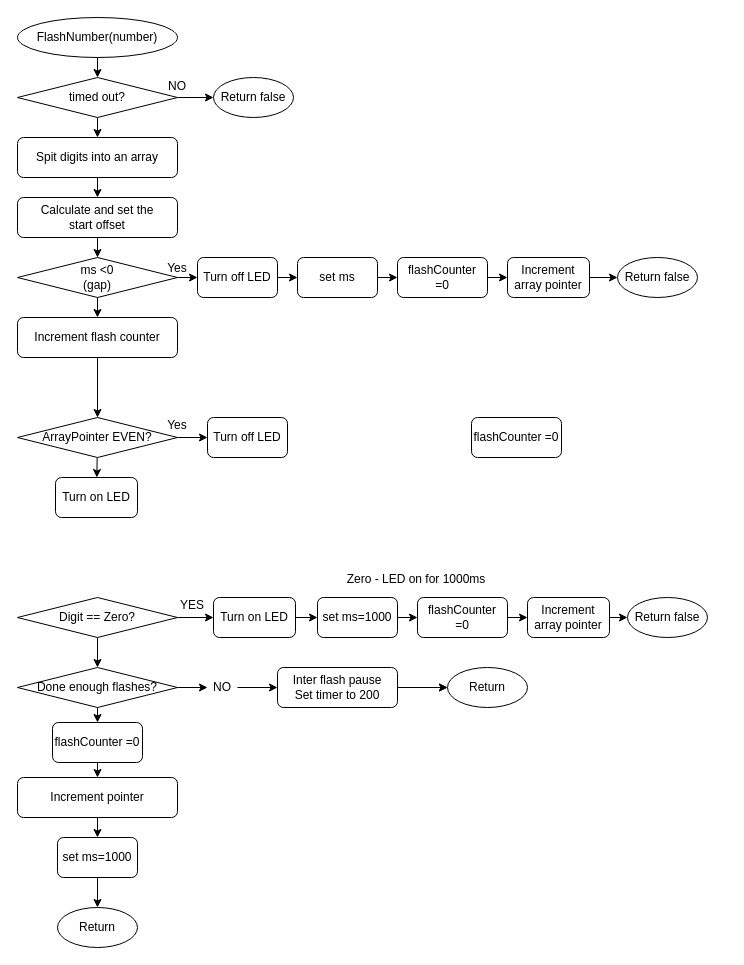
This is include/FlashNumber.drawio from RichardLangner/SimpleTimer, a draw.io file, before an edit. Source tidied: cells renumbered, new cells numbered last; positions are measured from the earlier drawing's top-left corner, leaving out a move shared by most shapes. Both pictures are drawn from the tidied source at 100%, with x=0, y=0 at pixel (17, 17).
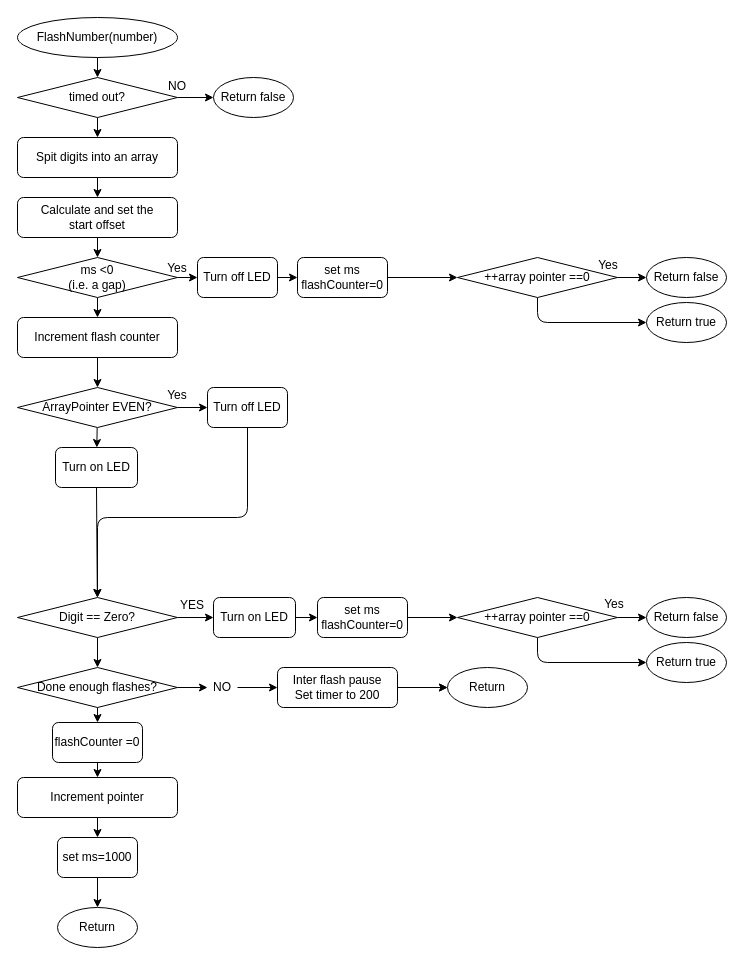
Above is the later version.

Commit message:
Flowchart partly updated

The change refers to these unchanged cells:
```xml
<mxCell id="21" value="Digit == Zero?" style="rhombus;whiteSpace=wrap;html=1;" parent="1" vertex="1">
  <mxGeometry y="580" width="160" height="40" as="geometry" />
</mxCell>
```

The edit, as a diff of the source:
```diff
@@
-    <mxCell id="19" value="Return false" style="ellipse;whiteSpace=wrap;html=1;" parent="1" vertex="1">
-      <mxGeometry x="610" y="580" width="80" height="40" as="geometry" />
-    </mxCell>
@@
     <mxCell id="28" value="ArrayPointer EVEN?" style="rhombus;whiteSpace=wrap;html=1;" parent="1" vertex="1">
-      <mxGeometry y="400" width="160" height="40" as="geometry" />
+      <mxGeometry y="370" width="160" height="40" as="geometry" />
     </mxCell>
+    <mxCell id="67" style="edgeStyle=none;html=1;exitX=0.5;exitY=1;exitDx=0;exitDy=0;" parent="1" edge="1" source="29">
+      <mxGeometry relative="1" as="geometry">
+        <mxPoint x="80" y="580" as="targetPoint" />
+        <Array as="points">
+          <mxPoint x="230" y="500" />
+          <mxPoint x="80" y="500" />
+        </Array>
+      </mxGeometry>
+    </mxCell>
     <mxCell id="29" value="Turn off LED" style="rounded=1;whiteSpace=wrap;html=1;" parent="1" vertex="1">
-      <mxGeometry x="190" y="400" width="80" height="40" as="geometry" />
+      <mxGeometry x="190" y="370" width="80" height="40" as="geometry" />
     </mxCell>
     <mxCell id="30" value="Return false" style="ellipse;whiteSpace=wrap;html=1;" parent="1" vertex="1">
-      <mxGeometry x="600" y="240" width="80" height="40" as="geometry" />
+      <mxGeometry x="629" y="240" width="80" height="40" as="geometry" />
     </mxCell>
     <mxCell id="31" value="Yes" style="text;strokeColor=none;align=center;fillColor=none;html=1;verticalAlign=middle;whiteSpace=wrap;rounded=0;" parent="1" vertex="1">
-      <mxGeometry x="145" y="403" width="30" height="10" as="geometry" />
+      <mxGeometry x="145" y="373" width="30" height="10" as="geometry" />
     </mxCell>
-    <mxCell id="32" style="edgeStyle=none;html=1;" parent="1" edge="1" source="33" target="30">
+    <mxCell id="32" style="edgeStyle=none;html=1;exitX=1;exitY=0.5;exitDx=0;exitDy=0;" parent="1" edge="1" source="71" target="30">
       <mxGeometry relative="1" as="geometry" />
     </mxCell>
-    <mxCell id="33" value="Increment array pointer" style="rounded=1;whiteSpace=wrap;html=1;" parent="1" vertex="1">
-      <mxGeometry x="490" y="240" width="82" height="40" as="geometry" />
-    </mxCell>
-    <mxCell id="34" style="edgeStyle=none;html=1;exitX=1;exitY=0.5;exitDx=0;exitDy=0;entryX=0;entryY=0.5;entryDx=0;entryDy=0;" parent="1" edge="1" source="35" target="64">
+    <mxCell id="34" style="edgeStyle=none;html=1;exitX=1;exitY=0.5;exitDx=0;exitDy=0;entryX=0;entryY=0.5;entryDx=0;entryDy=0;" parent="1" edge="1" source="35" target="76">
       <mxGeometry relative="1" as="geometry" />
     </mxCell>
-    <mxCell id="35" value="set ms=1000" style="rounded=1;whiteSpace=wrap;html=1;" parent="1" vertex="1">
-      <mxGeometry x="300" y="580" width="80" height="40" as="geometry" />
+    <mxCell id="35" value="set ms&lt;br style=&quot;border-color: var(--border-color);&quot;&gt;flashCounter=0" style="rounded=1;whiteSpace=wrap;html=1;" parent="1" vertex="1">
+      <mxGeometry x="300" y="580" width="90" height="40" as="geometry" />
     </mxCell>
@@
-    <mxCell id="38" value="Zero - LED on for 1000ms" style="text;strokeColor=none;align=center;fillColor=none;html=1;verticalAlign=middle;whiteSpace=wrap;rounded=0;" parent="1" vertex="1">
-      <mxGeometry x="319" y="547" width="160" height="30" as="geometry" />
-    </mxCell>
-    <mxCell id="39" style="edgeStyle=none;html=1;exitX=1;exitY=0.5;exitDx=0;exitDy=0;entryX=0;entryY=0.5;entryDx=0;entryDy=0;" parent="1" edge="1" source="40" target="19">
-      <mxGeometry relative="1" as="geometry" />
-    </mxCell>
-    <mxCell id="40" value="Increment array pointer" style="rounded=1;whiteSpace=wrap;html=1;" parent="1" vertex="1">
-      <mxGeometry x="510" y="580" width="82" height="40" as="geometry" />
-    </mxCell>
@@
-    <mxCell id="48" value="flashCounter =0" style="rounded=1;whiteSpace=wrap;html=1;" parent="1" vertex="1">
-      <mxGeometry x="454" y="400" width="90" height="40" as="geometry" />
-    </mxCell>
@@
-    <mxCell id="57" value="ms &amp;lt;0&lt;br&gt;(gap)" style="rhombus;whiteSpace=wrap;html=1;" parent="1" vertex="1">
+    <mxCell id="57" value="ms &amp;lt;0&lt;br&gt;(i.e. a gap)" style="rhombus;whiteSpace=wrap;html=1;" parent="1" vertex="1">
       <mxGeometry y="240" width="160" height="40" as="geometry" />
     </mxCell>
-    <mxCell id="58" style="edgeStyle=none;html=1;entryX=0;entryY=0.5;entryDx=0;entryDy=0;" parent="1" edge="1" source="59" target="61">
-      <mxGeometry relative="1" as="geometry" />
-    </mxCell>
+    <mxCell id="68" style="edgeStyle=none;html=1;exitX=1;exitY=0.5;exitDx=0;exitDy=0;entryX=0;entryY=0.5;entryDx=0;entryDy=0;" parent="1" edge="1" source="59" target="71">
+      <mxGeometry relative="1" as="geometry" />
+    </mxCell>
-    <mxCell id="59" value="set ms" style="rounded=1;whiteSpace=wrap;html=1;" parent="1" vertex="1">
-      <mxGeometry x="280" y="240" width="80" height="40" as="geometry" />
+    <mxCell id="59" value="set ms&lt;br&gt;flashCounter=0" style="rounded=1;whiteSpace=wrap;html=1;" parent="1" vertex="1">
+      <mxGeometry x="280" y="240" width="90" height="40" as="geometry" />
     </mxCell>
-    <mxCell id="60" style="edgeStyle=none;html=1;" parent="1" edge="1" source="61" target="33">
-      <mxGeometry relative="1" as="geometry" />
-    </mxCell>
-    <mxCell id="61" value="flashCounter&lt;br&gt;=0" style="rounded=1;whiteSpace=wrap;html=1;" parent="1" vertex="1">
-      <mxGeometry x="380" y="240" width="90" height="40" as="geometry" />
-    </mxCell>
@@
-    <mxCell id="63" style="edgeStyle=none;html=1;exitX=1;exitY=0.5;exitDx=0;exitDy=0;entryX=0;entryY=0.5;entryDx=0;entryDy=0;" parent="1" edge="1" source="64" target="40">
-      <mxGeometry relative="1" as="geometry" />
-    </mxCell>
-    <mxCell id="64" value="flashCounter&lt;br&gt;=0" style="rounded=1;whiteSpace=wrap;html=1;" parent="1" vertex="1">
-      <mxGeometry x="400" y="580" width="90" height="40" as="geometry" />
-    </mxCell>
@@
+    <mxCell id="69" style="edgeStyle=none;html=1;exitX=0.5;exitY=1;exitDx=0;exitDy=0;" parent="1" edge="1" source="66" target="21">
+      <mxGeometry relative="1" as="geometry" />
+    </mxCell>
     <mxCell id="66" value="Turn on LED" style="rounded=1;whiteSpace=wrap;html=1;" parent="1" vertex="1">
-      <mxGeometry x="38" y="460" width="82" height="40" as="geometry" />
+      <mxGeometry x="38" y="430" width="82" height="40" as="geometry" />
     </mxCell>
+    <mxCell id="70" style="edgeStyle=none;html=1;exitX=0.5;exitY=1;exitDx=0;exitDy=0;entryX=0;entryY=0.5;entryDx=0;entryDy=0;" parent="1" edge="1" source="71" target="72">
+      <mxGeometry relative="1" as="geometry">
+        <Array as="points">
+          <mxPoint x="520" y="305" />
+        </Array>
+      </mxGeometry>
+    </mxCell>
+    <mxCell id="71" value="++array pointer ==0" style="rhombus;whiteSpace=wrap;html=1;" parent="1" vertex="1">
+      <mxGeometry x="440" y="240" width="160" height="40" as="geometry" />
+    </mxCell>
+    <mxCell id="72" value="Return true" style="ellipse;whiteSpace=wrap;html=1;" parent="1" vertex="1">
+      <mxGeometry x="629" y="285" width="80" height="40" as="geometry" />
+    </mxCell>
+    <mxCell id="73" value="Yes" style="text;strokeColor=none;align=center;fillColor=none;html=1;verticalAlign=middle;whiteSpace=wrap;rounded=0;" parent="1" vertex="1">
+      <mxGeometry x="561" y="233" width="60" height="30" as="geometry" />
+    </mxCell>
+    <mxCell id="19" value="Return false" style="ellipse;whiteSpace=wrap;html=1;" parent="1" vertex="1">
+      <mxGeometry x="629" y="580" width="80" height="40" as="geometry" />
+    </mxCell>
+    <mxCell id="74" style="edgeStyle=none;html=1;exitX=1;exitY=0.5;exitDx=0;exitDy=0;" parent="1" edge="1" source="76" target="19">
+      <mxGeometry relative="1" as="geometry" />
+    </mxCell>
+    <mxCell id="75" style="edgeStyle=none;html=1;exitX=0.5;exitY=1;exitDx=0;exitDy=0;entryX=0;entryY=0.5;entryDx=0;entryDy=0;" parent="1" edge="1" source="76" target="77">
+      <mxGeometry relative="1" as="geometry">
+        <Array as="points">
+          <mxPoint x="520" y="645" />
+        </Array>
+      </mxGeometry>
+    </mxCell>
+    <mxCell id="76" value="++array pointer ==0" style="rhombus;whiteSpace=wrap;html=1;" parent="1" vertex="1">
+      <mxGeometry x="440" y="580" width="160" height="40" as="geometry" />
+    </mxCell>
+    <mxCell id="77" value="Return true" style="ellipse;whiteSpace=wrap;html=1;" parent="1" vertex="1">
+      <mxGeometry x="629" y="625" width="80" height="40" as="geometry" />
+    </mxCell>
+    <mxCell id="78" value="Yes" style="text;strokeColor=none;align=center;fillColor=none;html=1;verticalAlign=middle;whiteSpace=wrap;rounded=0;" parent="1" vertex="1">
+      <mxGeometry x="567" y="572" width="60" height="30" as="geometry" />
+    </mxCell>
```
